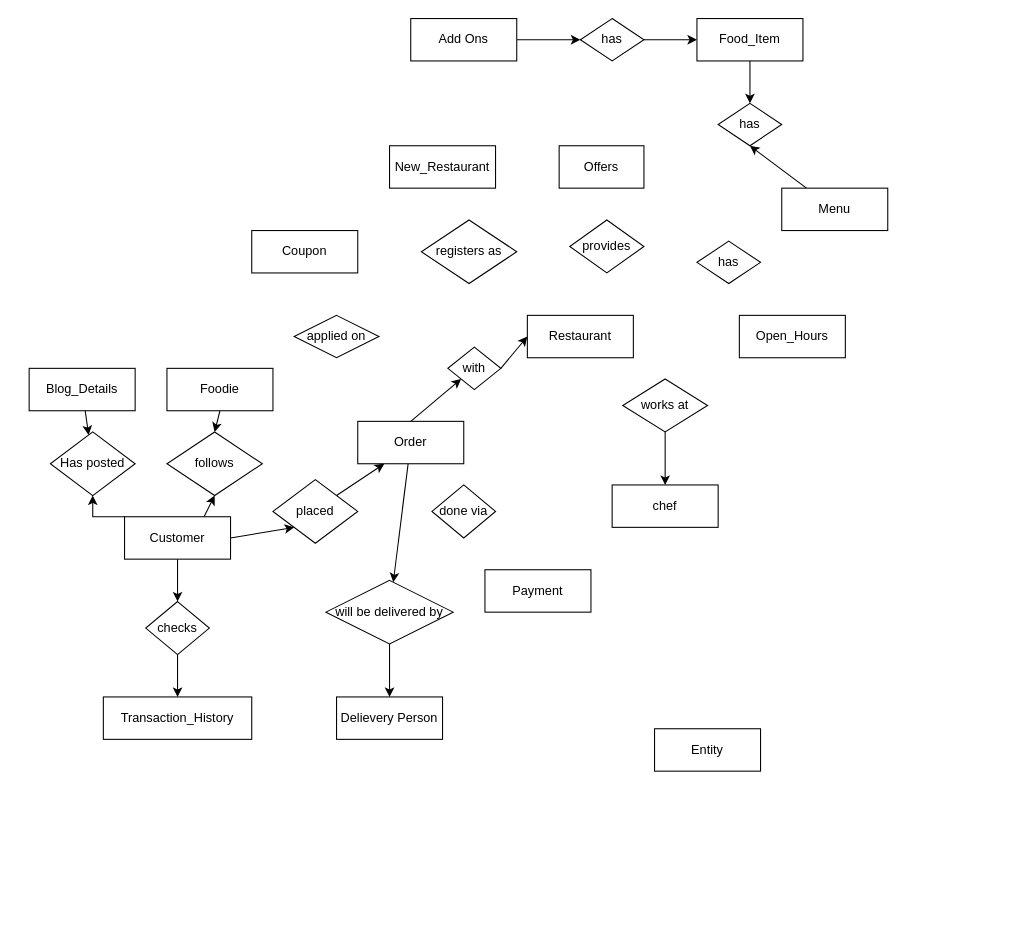
Earlier version of the draw.io diagram Assignment1A.drawio (ritu456286/DBMS). Source tidied: cells renumbered, new cells numbered last; positions are measured from the earlier drawing's top-left corner, leaving out a move shared by most shapes. Both pictures are drawn from the tidied source at 106%, with x=0, y=0 at pixel (29, 18).
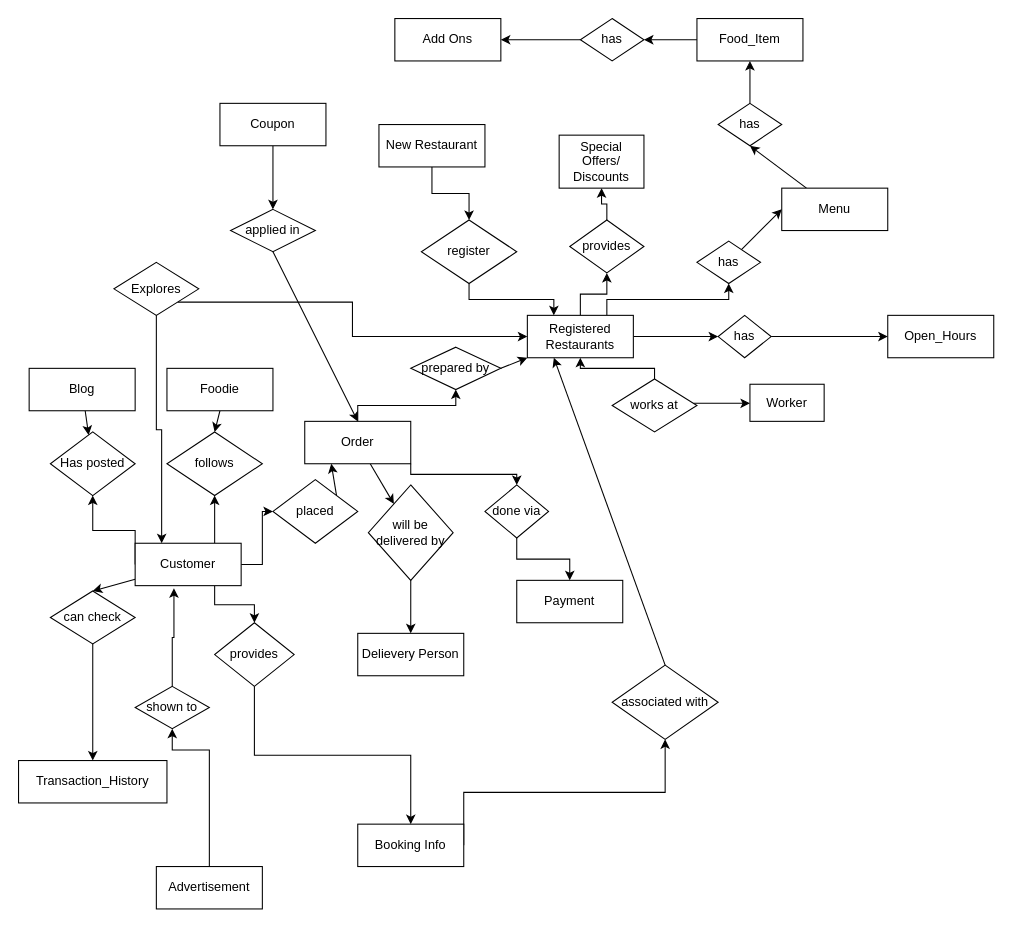
The same diagram, later.

The change refers to these unchanged cells:
```xml
<mxCell id="18" value="Menu" style="whiteSpace=wrap;html=1;align=center;" parent="1" vertex="1">
  <mxGeometry x="710" y="160" width="100" height="40" as="geometry" />
</mxCell>
<mxCell id="20" value="Food_Item" style="whiteSpace=wrap;html=1;align=center;" parent="1" vertex="1">
  <mxGeometry x="630" width="100" height="40" as="geometry" />
</mxCell>
<mxCell id="31" value="placed" style="shape=rhombus;perimeter=rhombusPerimeter;whiteSpace=wrap;html=1;align=center;" parent="1" vertex="1">
  <mxGeometry x="230" y="435" width="80" height="60" as="geometry" />
</mxCell>
<mxCell id="35" value="has" style="shape=rhombus;perimeter=rhombusPerimeter;whiteSpace=wrap;html=1;align=center;" parent="1" vertex="1">
  <mxGeometry x="630" y="210" width="60" height="40" as="geometry" />
</mxCell>
<mxCell id="40" value="has" style="shape=rhombus;perimeter=rhombusPerimeter;whiteSpace=wrap;html=1;align=center;" parent="1" vertex="1">
  <mxGeometry x="650" y="80" width="60" height="40" as="geometry" />
</mxCell>
<mxCell id="43" value="has" style="shape=rhombus;perimeter=rhombusPerimeter;whiteSpace=wrap;html=1;align=center;" parent="1" vertex="1">
  <mxGeometry x="520" width="60" height="40" as="geometry" />
</mxCell>
<mxCell id="49" value="provides" style="shape=rhombus;perimeter=rhombusPerimeter;whiteSpace=wrap;html=1;align=center;" parent="1" vertex="1">
  <mxGeometry x="510" y="190" width="70" height="50" as="geometry" />
</mxCell>
```

Change to the diagram source:
```diff
@@
-    <mxCell id="4" style="rounded=0;jettySize=auto;html=1;exitX=1;exitY=0.5;exitDx=0;exitDy=0;entryX=0;entryY=1;entryDx=0;entryDy=0;" parent="1" edge="1" source="6" target="31">
-      <mxGeometry relative="1" as="geometry" />
+    <mxCell id="4" style="rounded=0;jettySize=auto;html=1;exitX=1;exitY=0.5;exitDx=0;exitDy=0;entryX=0;entryY=0.5;entryDx=0;entryDy=0;edgeStyle=elbowEdgeStyle;" parent="1" edge="1" source="6" target="31">
+      <mxGeometry relative="1" as="geometry">
+        <Array as="points">
+          <mxPoint x="220" y="465" />
+        </Array>
+      </mxGeometry>
     </mxCell>
@@
+    <mxCell id="51" style="edgeStyle=elbowEdgeStyle;rounded=0;jettySize=auto;elbow=vertical;html=1;exitX=0.75;exitY=1;exitDx=0;exitDy=0;entryX=0.5;entryY=0;entryDx=0;entryDy=0;" parent="1" edge="1" source="6" target="74">
+      <mxGeometry relative="1" as="geometry" />
+    </mxCell>
     <mxCell id="6" value="Customer" style="whiteSpace=wrap;html=1;align=center;" parent="1" vertex="1">
-      <mxGeometry x="90" y="470" width="100" height="40" as="geometry" />
+      <mxGeometry x="100" y="495" width="100" height="40" as="geometry" />
     </mxCell>
@@
     <mxCell id="9" value="Delievery Person" style="whiteSpace=wrap;html=1;align=center;" parent="1" vertex="1">
-      <mxGeometry x="290" y="640" width="100" height="40" as="geometry" />
+      <mxGeometry x="310" y="580" width="100" height="40" as="geometry" />
     </mxCell>
     <mxCell id="10" value="Transaction_History" style="whiteSpace=wrap;html=1;align=center;" parent="1" vertex="1">
-      <mxGeometry x="70" y="640" width="140" height="40" as="geometry" />
+      <mxGeometry x="-10" y="700" width="140" height="40" as="geometry" />
     </mxCell>
@@
-    <mxCell id="12" value="Blog_Details" style="whiteSpace=wrap;html=1;align=center;" parent="1" vertex="1">
+    <mxCell id="12" value="Blog" style="whiteSpace=wrap;html=1;align=center;" parent="1" vertex="1">
       <mxGeometry y="330" width="100" height="40" as="geometry" />
     </mxCell>
-    <mxCell id="13" style="rounded=0;jettySize=auto;html=1;exitX=0.5;exitY=0;exitDx=0;exitDy=0;entryX=0;entryY=1;entryDx=0;entryDy=0;" parent="1" edge="1" source="15" target="34">
+    <mxCell id="13" style="rounded=0;jettySize=auto;html=1;exitX=0.5;exitY=0;exitDx=0;exitDy=0;entryX=0.5;entryY=1;entryDx=0;entryDy=0;edgeStyle=elbowEdgeStyle;elbow=vertical;" parent="1" edge="1" source="15" target="34">
       <mxGeometry relative="1" as="geometry" />
     </mxCell>
@@
+    <mxCell id="52" style="edgeStyle=elbowEdgeStyle;rounded=0;jettySize=auto;elbow=vertical;html=1;exitX=1;exitY=1;exitDx=0;exitDy=0;entryX=0.5;entryY=0;entryDx=0;entryDy=0;" parent="1" edge="1" source="15" target="32">
+      <mxGeometry relative="1" as="geometry" />
+    </mxCell>
     <mxCell id="15" value="Order" style="whiteSpace=wrap;html=1;align=center;" parent="1" vertex="1">
-      <mxGeometry x="310" y="380" width="100" height="40" as="geometry" />
+      <mxGeometry x="260" y="380" width="100" height="40" as="geometry" />
     </mxCell>
+    <mxCell id="53" style="edgeStyle=elbowEdgeStyle;rounded=0;jettySize=auto;elbow=vertical;html=1;" parent="1" edge="1" source="16" target="49">
+      <mxGeometry relative="1" as="geometry" />
+    </mxCell>
+    <mxCell id="54" style="edgeStyle=elbowEdgeStyle;rounded=0;jettySize=auto;elbow=vertical;html=1;" parent="1" edge="1" source="16" target="68">
+      <mxGeometry relative="1" as="geometry" />
+    </mxCell>
+    <mxCell id="55" style="edgeStyle=elbowEdgeStyle;rounded=0;jettySize=auto;elbow=vertical;html=1;entryX=0.5;entryY=1;entryDx=0;entryDy=0;exitX=0.75;exitY=0;exitDx=0;exitDy=0;" parent="1" edge="1" source="16" target="35">
+      <mxGeometry relative="1" as="geometry" />
+    </mxCell>
-    <mxCell id="16" value="Restaurant" style="whiteSpace=wrap;html=1;align=center;" parent="1" vertex="1">
+    <mxCell id="16" value="Registered Restaurants" style="whiteSpace=wrap;html=1;align=center;" parent="1" vertex="1">
       <mxGeometry x="470" y="280" width="100" height="40" as="geometry" />
     </mxCell>
@@
-    <mxCell id="19" style="rounded=0;jettySize=auto;elbow=vertical;html=1;entryX=0.5;entryY=0;entryDx=0;entryDy=0;" parent="1" edge="1" source="20" target="40">
-      <mxGeometry relative="1" as="geometry" />
-    </mxCell>
+    <mxCell id="56" style="edgeStyle=elbowEdgeStyle;rounded=0;jettySize=auto;elbow=vertical;html=1;" parent="1" edge="1" source="20" target="43">
+      <mxGeometry relative="1" as="geometry" />
+    </mxCell>
@@
-    <mxCell id="21" style="edgeStyle=elbowEdgeStyle;rounded=0;jettySize=auto;elbow=vertical;html=1;" parent="1" edge="1" source="22" target="43">
-      <mxGeometry relative="1" as="geometry" />
-    </mxCell>
     <mxCell id="22" value="Add Ons" style="whiteSpace=wrap;html=1;align=center;" parent="1" vertex="1">
-      <mxGeometry x="360" width="100" height="40" as="geometry" />
+      <mxGeometry x="345" width="100" height="40" as="geometry" />
     </mxCell>
     <mxCell id="23" value="Open_Hours" style="whiteSpace=wrap;html=1;align=center;" parent="1" vertex="1">
-      <mxGeometry x="670" y="280" width="100" height="40" as="geometry" />
+      <mxGeometry x="810" y="280" width="100" height="40" as="geometry" />
     </mxCell>
+    <mxCell id="57" style="edgeStyle=elbowEdgeStyle;rounded=0;jettySize=auto;elbow=vertical;html=1;" parent="1" edge="1" source="24" target="45">
+      <mxGeometry relative="1" as="geometry" />
+    </mxCell>
-    <mxCell id="24" value="New_Restaurant" style="whiteSpace=wrap;html=1;align=center;" parent="1" vertex="1">
-      <mxGeometry x="340" y="120" width="100" height="40" as="geometry" />
+    <mxCell id="24" value="New Restaurant" style="whiteSpace=wrap;html=1;align=center;" parent="1" vertex="1">
+      <mxGeometry x="330" y="100" width="100" height="40" as="geometry" />
     </mxCell>
+    <mxCell id="58" style="edgeStyle=elbowEdgeStyle;rounded=0;jettySize=auto;elbow=vertical;html=1;" parent="1" edge="1" source="25" target="44">
+      <mxGeometry relative="1" as="geometry" />
+    </mxCell>
     <mxCell id="25" value="Coupon" style="whiteSpace=wrap;html=1;align=center;" parent="1" vertex="1">
-      <mxGeometry x="210" y="200" width="100" height="40" as="geometry" />
+      <mxGeometry x="180" y="80" width="100" height="40" as="geometry" />
     </mxCell>
     <mxCell id="26" value="Payment" style="whiteSpace=wrap;html=1;align=center;" parent="1" vertex="1">
-      <mxGeometry x="430" y="520" width="100" height="40" as="geometry" />
+      <mxGeometry x="460" y="530" width="100" height="40" as="geometry" />
     </mxCell>
@@
+    <mxCell id="59" style="edgeStyle=elbowEdgeStyle;rounded=0;jettySize=auto;elbow=vertical;html=1;" parent="1" edge="1" source="32" target="26">
+      <mxGeometry relative="1" as="geometry" />
+    </mxCell>
     <mxCell id="32" value="done via" style="shape=rhombus;perimeter=rhombusPerimeter;whiteSpace=wrap;html=1;align=center;" parent="1" vertex="1">
-      <mxGeometry x="380" y="440" width="60" height="50" as="geometry" />
+      <mxGeometry x="430" y="440" width="60" height="50" as="geometry" />
     </mxCell>
-    <mxCell id="33" style="rounded=0;jettySize=auto;html=1;exitX=1;exitY=0.5;exitDx=0;exitDy=0;entryX=0;entryY=0.5;entryDx=0;entryDy=0;" parent="1" edge="1" source="34" target="16">
+    <mxCell id="33" style="rounded=0;jettySize=auto;html=1;exitX=1;exitY=0.5;exitDx=0;exitDy=0;" parent="1" edge="1" source="34" target="16">
       <mxGeometry relative="1" as="geometry" />
     </mxCell>
-    <mxCell id="34" value="with" style="shape=rhombus;perimeter=rhombusPerimeter;whiteSpace=wrap;html=1;align=center;" parent="1" vertex="1">
-      <mxGeometry x="395" y="310" width="50" height="40" as="geometry" />
+    <mxCell id="34" value="prepared by" style="shape=rhombus;perimeter=rhombusPerimeter;whiteSpace=wrap;html=1;align=center;" parent="1" vertex="1">
+      <mxGeometry x="360" y="310" width="85" height="40" as="geometry" />
     </mxCell>
+    <mxCell id="60" style="rounded=0;jettySize=auto;elbow=vertical;html=1;entryX=0;entryY=0.5;entryDx=0;entryDy=0;" parent="1" edge="1" source="35" target="18">
+      <mxGeometry relative="1" as="geometry" />
+    </mxCell>
@@
     <mxCell id="37" value="will be delivered by" style="shape=rhombus;perimeter=rhombusPerimeter;whiteSpace=wrap;html=1;align=center;" parent="1" vertex="1">
-      <mxGeometry x="280" y="530" width="120" height="60" as="geometry" />
+      <mxGeometry x="320" y="440" width="80" height="90" as="geometry" />
     </mxCell>
@@
-    <mxCell id="39" value="checks" style="shape=rhombus;perimeter=rhombusPerimeter;whiteSpace=wrap;html=1;align=center;" parent="1" vertex="1">
-      <mxGeometry x="110" y="550" width="60" height="50" as="geometry" />
+    <mxCell id="39" value="can check" style="shape=rhombus;perimeter=rhombusPerimeter;whiteSpace=wrap;html=1;align=center;" parent="1" vertex="1">
+      <mxGeometry x="20" y="540" width="80" height="50" as="geometry" />
     </mxCell>
+    <mxCell id="61" style="edgeStyle=elbowEdgeStyle;rounded=0;jettySize=auto;elbow=vertical;html=1;exitX=0.5;exitY=0;exitDx=0;exitDy=0;" parent="1" edge="1" source="40" target="20">
+      <mxGeometry relative="1" as="geometry" />
+    </mxCell>
@@
-    <mxCell id="41" value="Offers" style="whiteSpace=wrap;html=1;align=center;" parent="1" vertex="1">
-      <mxGeometry x="500" y="120" width="80" height="40" as="geometry" />
+    <mxCell id="41" value="Special Offers/ Discounts" style="whiteSpace=wrap;html=1;align=center;" parent="1" vertex="1">
+      <mxGeometry x="500" y="110" width="80" height="50" as="geometry" />
     </mxCell>
-    <mxCell id="42" style="edgeStyle=elbowEdgeStyle;rounded=0;jettySize=auto;elbow=vertical;html=1;" parent="1" edge="1" source="43" target="20">
-      <mxGeometry relative="1" as="geometry" />
-    </mxCell>
+    <mxCell id="62" style="edgeStyle=elbowEdgeStyle;rounded=0;jettySize=auto;elbow=vertical;html=1;exitX=0;exitY=0.5;exitDx=0;exitDy=0;entryX=1;entryY=0.5;entryDx=0;entryDy=0;" parent="1" edge="1" source="43" target="22">
+      <mxGeometry relative="1" as="geometry" />
+    </mxCell>
@@
+    <mxCell id="63" style="rounded=0;jettySize=auto;elbow=vertical;html=1;exitX=0.5;exitY=1;exitDx=0;exitDy=0;entryX=0.5;entryY=0;entryDx=0;entryDy=0;" parent="1" edge="1" source="44" target="15">
+      <mxGeometry relative="1" as="geometry" />
+    </mxCell>
-    <mxCell id="44" value="applied on" style="shape=rhombus;perimeter=rhombusPerimeter;whiteSpace=wrap;html=1;align=center;" parent="1" vertex="1">
-      <mxGeometry x="250" y="280" width="80" height="40" as="geometry" />
+    <mxCell id="44" value="applied in" style="shape=rhombus;perimeter=rhombusPerimeter;whiteSpace=wrap;html=1;align=center;" parent="1" vertex="1">
+      <mxGeometry x="190" y="180" width="80" height="40" as="geometry" />
     </mxCell>
+    <mxCell id="64" style="edgeStyle=elbowEdgeStyle;rounded=0;jettySize=auto;elbow=vertical;html=1;exitX=0.5;exitY=1;exitDx=0;exitDy=0;entryX=0.25;entryY=0;entryDx=0;entryDy=0;" parent="1" edge="1" source="45" target="16">
+      <mxGeometry relative="1" as="geometry" />
+    </mxCell>
-    <mxCell id="45" value="registers as" style="shape=rhombus;perimeter=rhombusPerimeter;whiteSpace=wrap;html=1;align=center;" parent="1" vertex="1">
+    <mxCell id="45" value="register" style="shape=rhombus;perimeter=rhombusPerimeter;whiteSpace=wrap;html=1;align=center;" parent="1" vertex="1">
       <mxGeometry x="370" y="190" width="90" height="60" as="geometry" />
     </mxCell>
-    <mxCell id="46" value="chef" style="whiteSpace=wrap;html=1;align=center;" parent="1" vertex="1">
-      <mxGeometry x="550" y="440" width="100" height="40" as="geometry" />
+    <mxCell id="46" value="Worker" style="whiteSpace=wrap;html=1;align=center;" parent="1" vertex="1">
+      <mxGeometry x="680" y="345" width="70" height="35" as="geometry" />
     </mxCell>
@@
     <mxCell id="48" value="works at" style="shape=rhombus;perimeter=rhombusPerimeter;whiteSpace=wrap;html=1;align=center;" parent="1" vertex="1">
-      <mxGeometry x="560" y="340" width="80" height="50" as="geometry" />
+      <mxGeometry x="550" y="340" width="80" height="50" as="geometry" />
     </mxCell>
+    <mxCell id="65" style="edgeStyle=elbowEdgeStyle;rounded=0;jettySize=auto;elbow=vertical;html=1;" parent="1" edge="1" source="49" target="41">
+      <mxGeometry relative="1" as="geometry" />
+    </mxCell>
@@
+    <mxCell id="66" style="edgeStyle=elbowEdgeStyle;rounded=0;jettySize=auto;elbow=vertical;html=1;exitX=1;exitY=0.5;exitDx=0;exitDy=0;entryX=0.5;entryY=1;entryDx=0;entryDy=0;" parent="1" edge="1" source="50" target="76">
+      <mxGeometry relative="1" as="geometry" />
+    </mxCell>
-    <mxCell id="50" value="Entity" style="whiteSpace=wrap;html=1;align=center;" parent="1" vertex="1">
-      <mxGeometry x="590" y="670" width="100" height="40" as="geometry" />
+    <mxCell id="50" value="Booking Info" style="whiteSpace=wrap;html=1;align=center;" parent="1" vertex="1">
+      <mxGeometry x="310" y="760" width="100" height="40" as="geometry" />
     </mxCell>
+    <mxCell id="67" style="edgeStyle=elbowEdgeStyle;rounded=0;jettySize=auto;elbow=vertical;html=1;" parent="1" edge="1" source="68" target="23">
+      <mxGeometry relative="1" as="geometry" />
+    </mxCell>
+    <mxCell id="68" value="has" style="shape=rhombus;perimeter=rhombusPerimeter;whiteSpace=wrap;html=1;align=center;" parent="1" vertex="1">
+      <mxGeometry x="650" y="280" width="50" height="40" as="geometry" />
+    </mxCell>
+    <mxCell id="69" style="edgeStyle=elbowEdgeStyle;rounded=0;jettySize=auto;elbow=vertical;html=1;exitX=0.5;exitY=0;exitDx=0;exitDy=0;entryX=0.5;entryY=1;entryDx=0;entryDy=0;" parent="1" edge="1" source="48" target="16">
+      <mxGeometry relative="1" as="geometry" />
+    </mxCell>
+    <mxCell id="70" style="edgeStyle=elbowEdgeStyle;rounded=0;jettySize=auto;elbow=vertical;html=1;exitX=0.5;exitY=1;exitDx=0;exitDy=0;entryX=0.25;entryY=0;entryDx=0;entryDy=0;" parent="1" edge="1" source="72" target="6">
+      <mxGeometry relative="1" as="geometry" />
+    </mxCell>
+    <mxCell id="71" style="edgeStyle=elbowEdgeStyle;rounded=0;jettySize=auto;html=1;entryX=0;entryY=0.5;entryDx=0;entryDy=0;exitX=1;exitY=1;exitDx=0;exitDy=0;" parent="1" edge="1" source="72" target="16">
+      <mxGeometry relative="1" as="geometry" />
+    </mxCell>
+    <mxCell id="72" value="Explores" style="shape=rhombus;perimeter=rhombusPerimeter;whiteSpace=wrap;html=1;align=center;" parent="1" vertex="1">
+      <mxGeometry x="80" y="230" width="80" height="50" as="geometry" />
+    </mxCell>
+    <mxCell id="73" style="edgeStyle=elbowEdgeStyle;rounded=0;jettySize=auto;elbow=vertical;html=1;exitX=0.5;exitY=1;exitDx=0;exitDy=0;entryX=0.5;entryY=0;entryDx=0;entryDy=0;" parent="1" edge="1" source="74" target="50">
+      <mxGeometry relative="1" as="geometry" />
+    </mxCell>
+    <mxCell id="74" value="provides" style="shape=rhombus;perimeter=rhombusPerimeter;whiteSpace=wrap;html=1;align=center;" parent="1" vertex="1">
+      <mxGeometry x="175" y="570" width="75" height="60" as="geometry" />
+    </mxCell>
+    <mxCell id="75" style="rounded=0;jettySize=auto;elbow=vertical;html=1;entryX=0.25;entryY=1;entryDx=0;entryDy=0;exitX=0.5;exitY=0;exitDx=0;exitDy=0;" parent="1" edge="1" source="76" target="16">
+      <mxGeometry relative="1" as="geometry" />
+    </mxCell>
+    <mxCell id="76" value="associated with" style="shape=rhombus;perimeter=rhombusPerimeter;whiteSpace=wrap;html=1;align=center;" parent="1" vertex="1">
+      <mxGeometry x="550" y="610" width="100" height="70" as="geometry" />
+    </mxCell>
+    <mxCell id="77" value="Advertisement" style="whiteSpace=wrap;html=1;align=center;" parent="1" vertex="1">
+      <mxGeometry x="120" y="800" width="100" height="40" as="geometry" />
+    </mxCell>
+    <mxCell id="78" value="shown to" style="shape=rhombus;perimeter=rhombusPerimeter;whiteSpace=wrap;html=1;align=center;" parent="1" vertex="1">
+      <mxGeometry x="100" y="630" width="70" height="40" as="geometry" />
+    </mxCell>
+    <mxCell id="79" style="edgeStyle=elbowEdgeStyle;rounded=0;jettySize=auto;elbow=vertical;html=1;exitX=0.5;exitY=0;exitDx=0;exitDy=0;entryX=0.5;entryY=1;entryDx=0;entryDy=0;" parent="1" edge="1" source="77" target="78">
+      <mxGeometry relative="1" as="geometry">
+        <Array as="points">
+          <mxPoint x="170" y="690" />
+        </Array>
+      </mxGeometry>
+    </mxCell>
+    <mxCell id="80" style="edgeStyle=elbowEdgeStyle;rounded=0;jettySize=auto;elbow=vertical;html=1;exitX=0.5;exitY=0;exitDx=0;exitDy=0;entryX=0.366;entryY=1.062;entryDx=0;entryDy=0;entryPerimeter=0;" parent="1" edge="1" source="78" target="6">
+      <mxGeometry relative="1" as="geometry" />
+    </mxCell>
```
